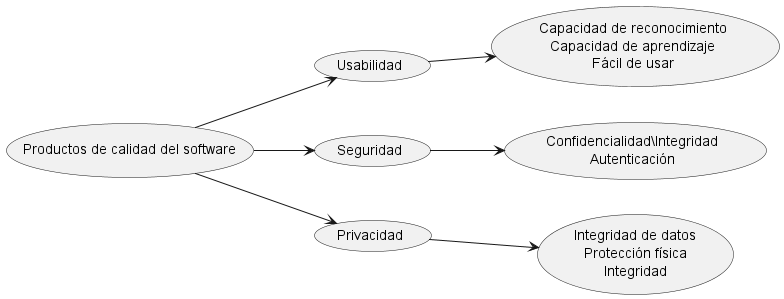
This is images/Quality tree.png from Arquisoft/lomap_es5a, a PlantUML export, as it was before one commit.
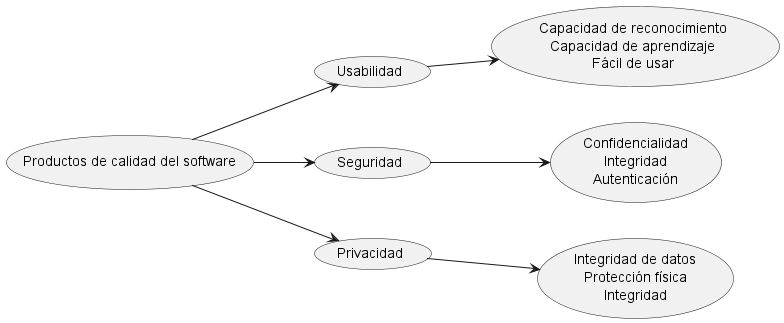
Later version of the same file.

Change to the diagram source:
```diff
@@ -5,7 +5,7 @@
 (Seguridad) as (SE)
 (Privacidad) as (PR)
 (Capacidad de reconocimiento\nCapacidad de aprendizaje\nFácil de usar) as (CCF)
-(Confidencialidad\Integridad\nAutenticación) as (CIA)
+(Confidencialidad\nIntegridad\nAutenticación) as (CIA)
 (Integridad de datos\nProtección física\nIntegridad) as (IPI)
 
 PDC --> US
```
